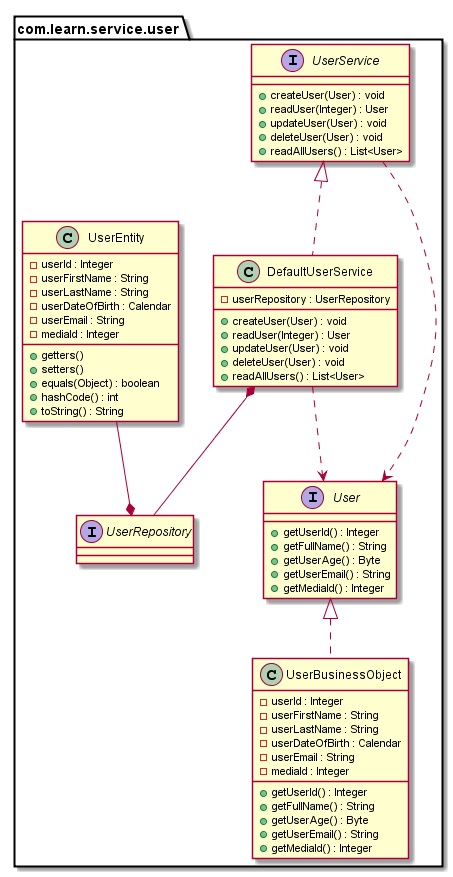
Before: src/main/resources/pic/UserServiceClassDiagram.png, a diagram exported from PlantUML (gabrianoo/prepare-your-self).
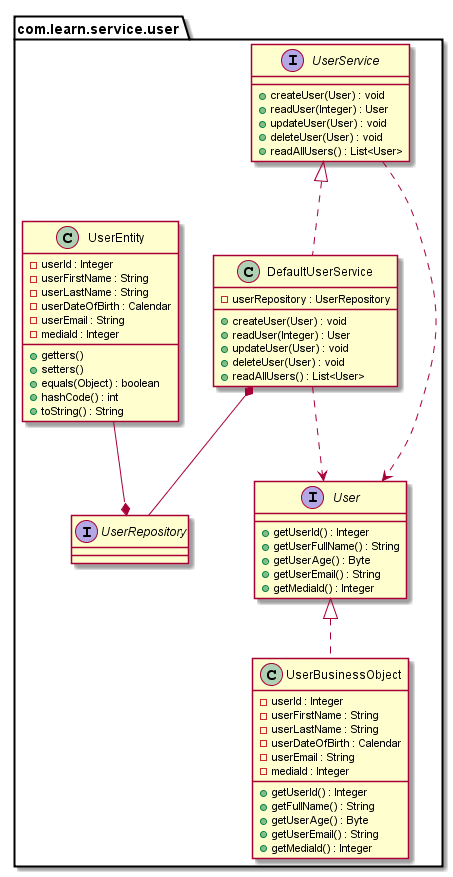
Later version of the same file.

Commit message:
Updated the UML for user to fix a method name.

Diff of the diagram source:
```diff
@@ -3,7 +3,7 @@
 package com.learn.service.user {
     interface User {
         + getUserId() : Integer
-        + getFullName() : String
+        + getUserFullName() : String
         + getUserAge() : Byte
         + getUserEmail() : String
         + getMediaId() : Integer
```
